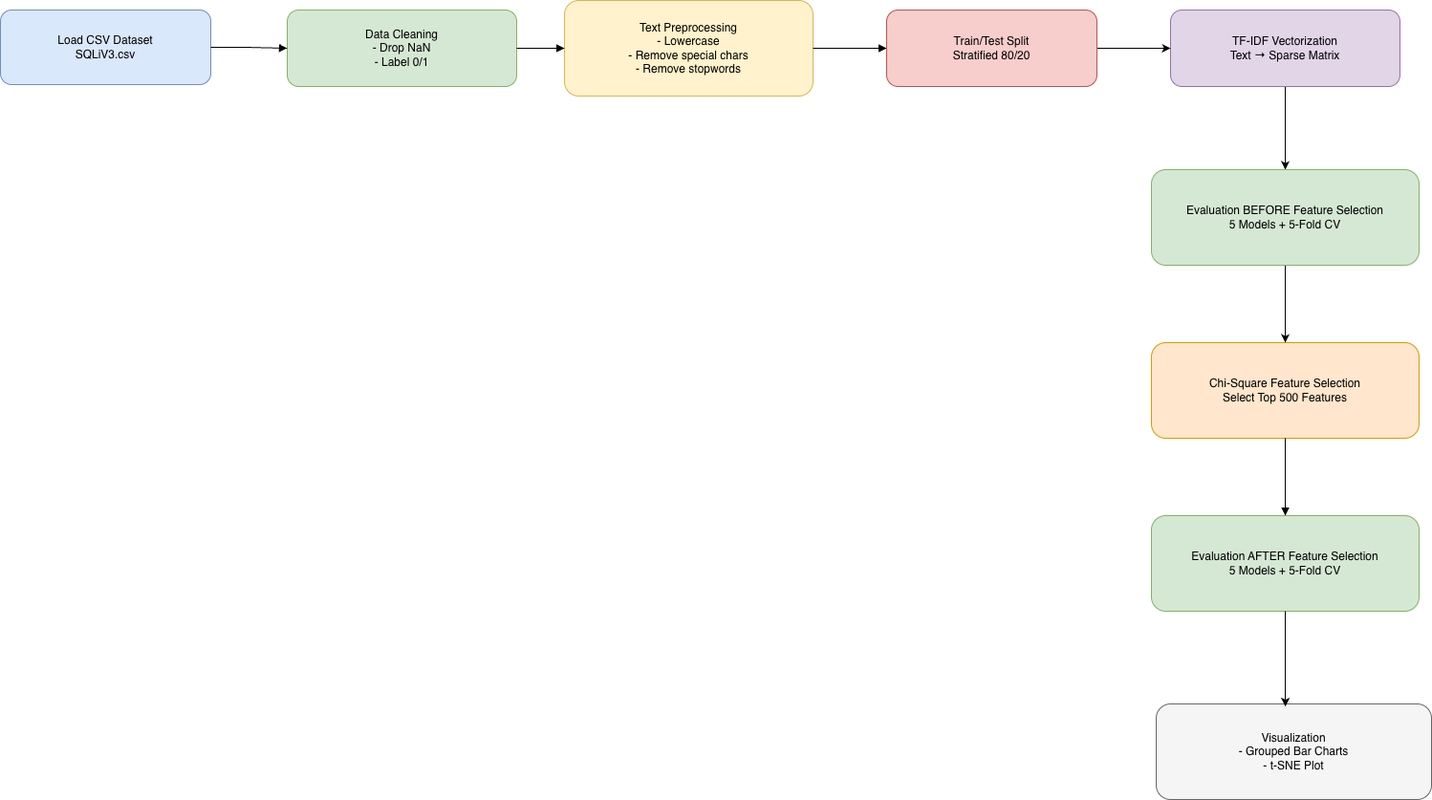
Above: sqli_pipeline.png in sonnntech/sqli-detection-chi-square-ml (draw.io), before the change. Source tidied: cells renumbered, new cells last; positions are measured from the earlier drawing's top-left corner, leaving out a move shared by most shapes. Source of this version:
```xml
<mxGraphModel>
  <root>
    <mxCell id="0" />
    <mxCell id="1" parent="0" />
    <mxCell id="2" value="Load CSV Dataset&#10;SQLiV3.csv" style="rounded=1;whiteSpace=wrap;html=1;fillColor=#dae8fc;strokeColor=#6c8ebf;" parent="1" vertex="1">
      <mxGeometry y="10" width="220" height="78" as="geometry" />
    </mxCell>
    <mxCell id="3" value="Data Cleaning&#10;- Drop NaN&#10;- Label 0/1" style="rounded=1;whiteSpace=wrap;html=1;fillColor=#d5e8d4;strokeColor=#82b366;" parent="1" vertex="1">
      <mxGeometry x="300" y="10" width="240" height="80" as="geometry" />
    </mxCell>
    <mxCell id="4" value="Text Preprocessing&#10;- Lowercase&#10;- Remove special chars&#10;- Remove stopwords" style="rounded=1;whiteSpace=wrap;html=1;fillColor=#fff2cc;strokeColor=#d6b656;" parent="1" vertex="1">
      <mxGeometry x="590" width="260" height="100" as="geometry" />
    </mxCell>
    <mxCell id="5" style="edgeStyle=orthogonalEdgeStyle;rounded=0;jettySize=auto;html=1;" parent="1" edge="1" source="6" target="17">
      <mxGeometry relative="1" as="geometry">
        <Array as="points">
          <mxPoint x="1354" y="258" />
        </Array>
      </mxGeometry>
    </mxCell>
    <mxCell id="6" value="TF-IDF Vectorization&#10;Text → Sparse Matrix" style="rounded=1;whiteSpace=wrap;html=1;fillColor=#e1d5e7;strokeColor=#9673a6;" parent="1" vertex="1">
      <mxGeometry x="1224" y="10" width="240" height="80" as="geometry" />
    </mxCell>
    <mxCell id="7" value="Chi-Square Feature Selection&#10;Select Top 500 Features" style="rounded=1;whiteSpace=wrap;html=1;fillColor=#ffe6cc;strokeColor=#d79b00;" parent="1" vertex="1">
      <mxGeometry x="1204" y="358" width="280" height="100" as="geometry" />
    </mxCell>
    <mxCell id="8" value="Evaluation AFTER Feature Selection&#10;5 Models + 5-Fold CV" style="rounded=1;whiteSpace=wrap;html=1;fillColor=#d5e8d4;strokeColor=#82b366;" parent="1" vertex="1">
      <mxGeometry x="1204" y="539" width="280" height="100" as="geometry" />
    </mxCell>
    <mxCell id="9" value="Visualization&#10;- Grouped Bar Charts&#10;- t-SNE Plot" style="rounded=1;whiteSpace=wrap;html=1;fillColor=#f5f5f5;strokeColor=#666666;" parent="1" vertex="1">
      <mxGeometry x="1209" y="736" width="288" height="100" as="geometry" />
    </mxCell>
    <mxCell id="10" style="edgeStyle=orthogonalEdgeStyle;rounded=0;html=1;endArrow=block;" parent="1" edge="1" source="2" target="3">
      <mxGeometry relative="1" as="geometry" />
    </mxCell>
    <mxCell id="11" style="edgeStyle=orthogonalEdgeStyle;rounded=0;html=1;endArrow=block;" parent="1" edge="1" source="3" target="4">
      <mxGeometry relative="1" as="geometry" />
    </mxCell>
    <mxCell id="12" style="edgeStyle=orthogonalEdgeStyle;rounded=0;html=1;endArrow=block;" parent="1" edge="1" source="4" target="15">
      <mxGeometry relative="1" as="geometry" />
    </mxCell>
    <mxCell id="13" style="edgeStyle=orthogonalEdgeStyle;rounded=0;html=1;endArrow=block;" parent="1" edge="1" source="7" target="8">
      <mxGeometry relative="1" as="geometry" />
    </mxCell>
    <mxCell id="14" style="edgeStyle=orthogonalEdgeStyle;rounded=0;jettySize=auto;html=1;entryX=0;entryY=0.5;entryDx=0;entryDy=0;" parent="1" edge="1" source="15" target="6">
      <mxGeometry relative="1" as="geometry" />
    </mxCell>
    <mxCell id="15" value="Train/Test Split&#10;Stratified 80/20" style="rounded=1;whiteSpace=wrap;html=1;fillColor=#f8cecc;strokeColor=#b85450;" parent="1" vertex="1">
      <mxGeometry x="927" y="10" width="220" height="80" as="geometry" />
    </mxCell>
    <mxCell id="16" style="edgeStyle=orthogonalEdgeStyle;rounded=0;jettySize=auto;html=1;entryX=0.5;entryY=0;entryDx=0;entryDy=0;" parent="1" edge="1" source="17" target="7">
      <mxGeometry relative="1" as="geometry" />
    </mxCell>
    <mxCell id="17" value="Evaluation BEFORE Feature Selection&#10;5 Models + 5-Fold CV" style="rounded=1;whiteSpace=wrap;html=1;fillColor=#d5e8d4;strokeColor=#82b366;" parent="1" vertex="1">
      <mxGeometry x="1204" y="177" width="280" height="100" as="geometry" />
    </mxCell>
    <mxCell id="18" style="edgeStyle=orthogonalEdgeStyle;rounded=0;jettySize=auto;html=1;entryX=0.469;entryY=0.026;entryDx=0;entryDy=0;entryPerimeter=0;" parent="1" edge="1" source="8" target="9">
      <mxGeometry relative="1" as="geometry" />
    </mxCell>
  </root>
</mxGraphModel>
```
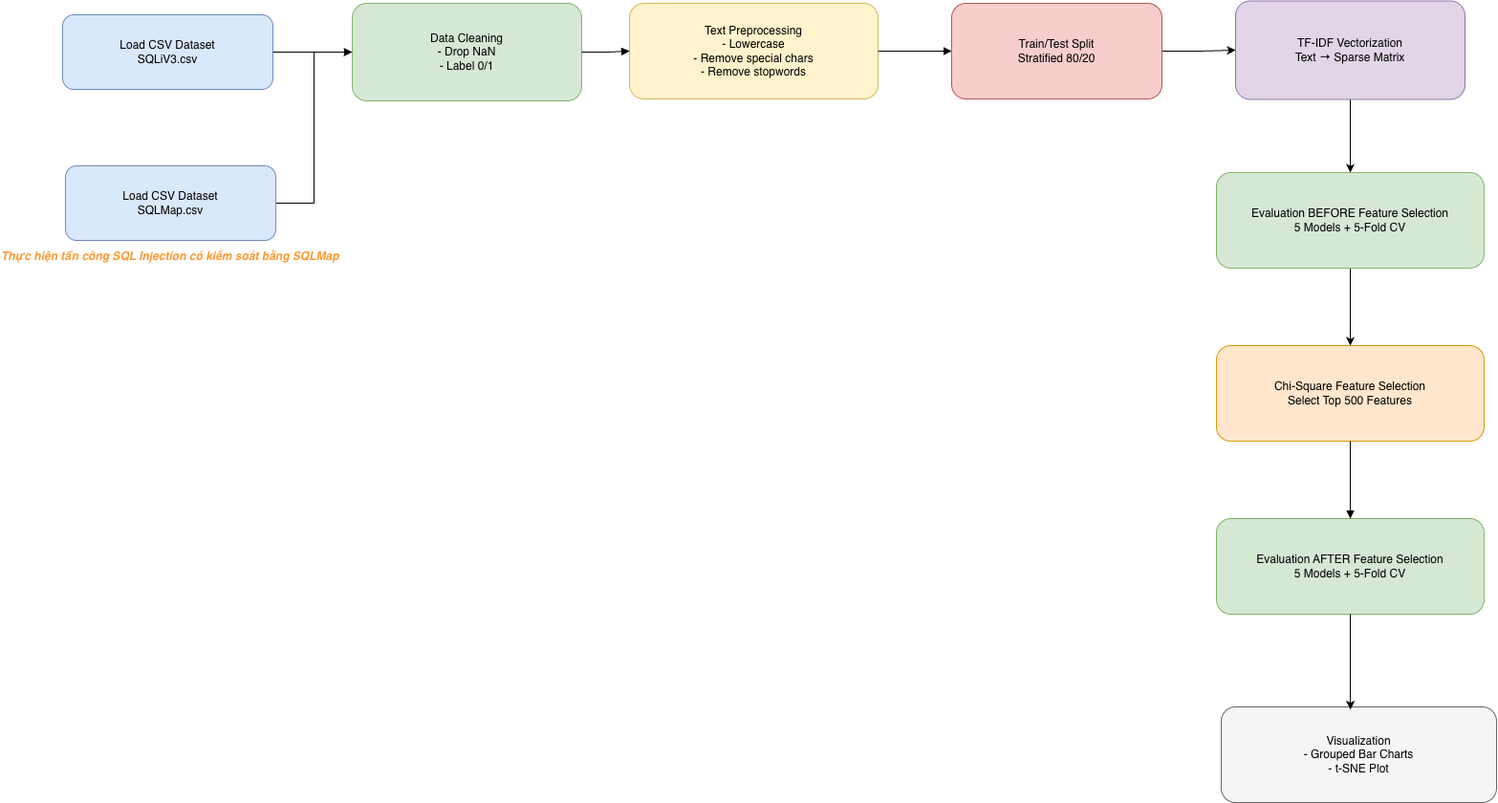
The same file after the commit.

What changed in the source:
```diff
@@ -3,10 +3,10 @@
     <mxCell id="0" />
     <mxCell id="1" parent="0" />
     <mxCell id="2" value="Load CSV Dataset&#10;SQLiV3.csv" style="rounded=1;whiteSpace=wrap;html=1;fillColor=#dae8fc;strokeColor=#6c8ebf;" parent="1" vertex="1">
-      <mxGeometry y="10" width="220" height="78" as="geometry" />
+      <mxGeometry x="-3" y="12" width="220" height="78" as="geometry" />
     </mxCell>
     <mxCell id="3" value="Data Cleaning&#10;- Drop NaN&#10;- Label 0/1" style="rounded=1;whiteSpace=wrap;html=1;fillColor=#d5e8d4;strokeColor=#82b366;" parent="1" vertex="1">
-      <mxGeometry x="300" y="10" width="240" height="80" as="geometry" />
+      <mxGeometry x="300" width="240" height="102" as="geometry" />
     </mxCell>
     <mxCell id="4" value="Text Preprocessing&#10;- Lowercase&#10;- Remove special chars&#10;- Remove stopwords" style="rounded=1;whiteSpace=wrap;html=1;fillColor=#fff2cc;strokeColor=#d6b656;" parent="1" vertex="1">
       <mxGeometry x="590" width="260" height="100" as="geometry" />
@@ -19,7 +19,7 @@
       </mxGeometry>
     </mxCell>
     <mxCell id="6" value="TF-IDF Vectorization&#10;Text → Sparse Matrix" style="rounded=1;whiteSpace=wrap;html=1;fillColor=#e1d5e7;strokeColor=#9673a6;" parent="1" vertex="1">
-      <mxGeometry x="1224" y="10" width="240" height="80" as="geometry" />
+      <mxGeometry x="1224" y="-2.5" width="240" height="103" as="geometry" />
     </mxCell>
     <mxCell id="7" value="Chi-Square Feature Selection&#10;Select Top 500 Features" style="rounded=1;whiteSpace=wrap;html=1;fillColor=#ffe6cc;strokeColor=#d79b00;" parent="1" vertex="1">
       <mxGeometry x="1204" y="358" width="280" height="100" as="geometry" />
@@ -46,7 +46,7 @@
       <mxGeometry relative="1" as="geometry" />
     </mxCell>
     <mxCell id="15" value="Train/Test Split&#10;Stratified 80/20" style="rounded=1;whiteSpace=wrap;html=1;fillColor=#f8cecc;strokeColor=#b85450;" parent="1" vertex="1">
-      <mxGeometry x="927" y="10" width="220" height="80" as="geometry" />
+      <mxGeometry x="927" width="220" height="100" as="geometry" />
     </mxCell>
     <mxCell id="16" style="edgeStyle=orthogonalEdgeStyle;rounded=0;jettySize=auto;html=1;entryX=0.5;entryY=0;entryDx=0;entryDy=0;" parent="1" edge="1" source="17" target="7">
       <mxGeometry relative="1" as="geometry" />
@@ -57,5 +57,14 @@
     <mxCell id="18" style="edgeStyle=orthogonalEdgeStyle;rounded=0;jettySize=auto;html=1;entryX=0.469;entryY=0.026;entryDx=0;entryDy=0;entryPerimeter=0;" parent="1" edge="1" source="8" target="9">
       <mxGeometry relative="1" as="geometry" />
     </mxCell>
+    <mxCell id="19" style="edgeStyle=orthogonalEdgeStyle;rounded=0;jettySize=auto;html=1;entryX=0;entryY=0.5;entryDx=0;entryDy=0;" parent="1" edge="1" source="20" target="3">
+      <mxGeometry relative="1" as="geometry" />
+    </mxCell>
+    <mxCell id="20" value="Load CSV Dataset&lt;br&gt;SQLMap.csv" style="rounded=1;whiteSpace=wrap;html=1;fillColor=#dae8fc;strokeColor=#6c8ebf;" parent="1" vertex="1">
+      <mxGeometry y="170" width="220" height="78" as="geometry" />
+    </mxCell>
+    <mxCell id="21" value="&lt;b&gt;&lt;i&gt;&lt;font style=&quot;color: rgb(255, 153, 51);&quot;&gt;Thực hiện tấn công SQL Injection có kiểm soát bằng SQLMap&lt;/font&gt;&lt;/i&gt;&lt;/b&gt;" style="text;whiteSpace=wrap;html=1;" parent="1" vertex="1">
+      <mxGeometry x="-69" y="251" width="358" height="36" as="geometry" />
+    </mxCell>
   </root>
 </mxGraphModel>
```
